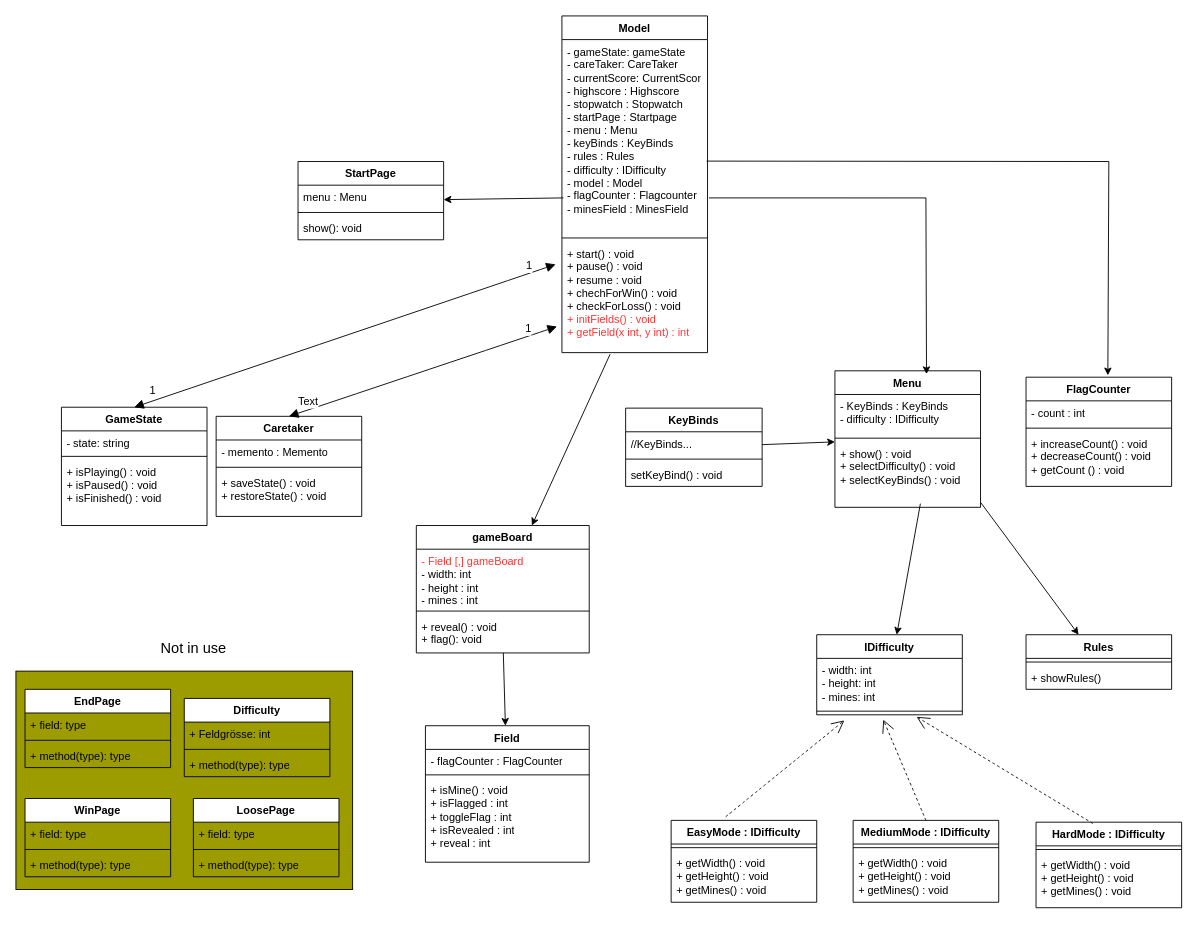
abelsolomon1/Minesweeper keeps this draw.io diagram as Abgabe2_Abel_Amadeo/Klassendiagramm_Minesweeper_AS_AT.drawio. Above is the earlier version. Source tidied: cells renumbered, new cells numbered last; positions are measured from the earlier drawing's top-left corner, leaving out a move shared by most shapes. Both pictures are drawn from the tidied source at 91%, with x=0, y=0 at pixel (15, 15).
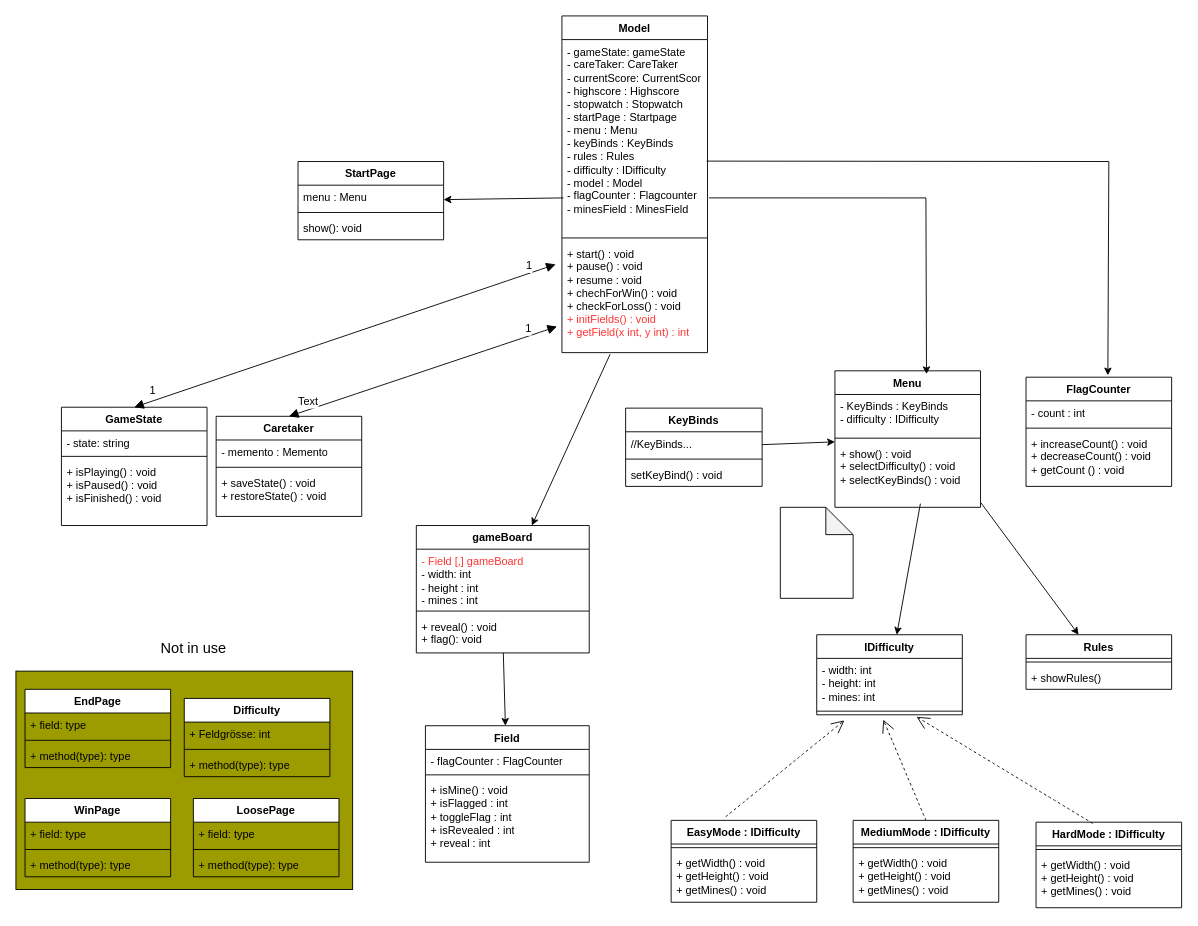
After the change.

What changed in the source:
```diff
@@
+    <mxCell id="88" style="shape=note;whiteSpace=wrap;html=1;backgroundOutline=1;darkOpacity=0.05;" parent="1" vertex="1">
+      <mxGeometry x="840" y="540" width="80" height="100" as="geometry" />
+    </mxCell>
```
